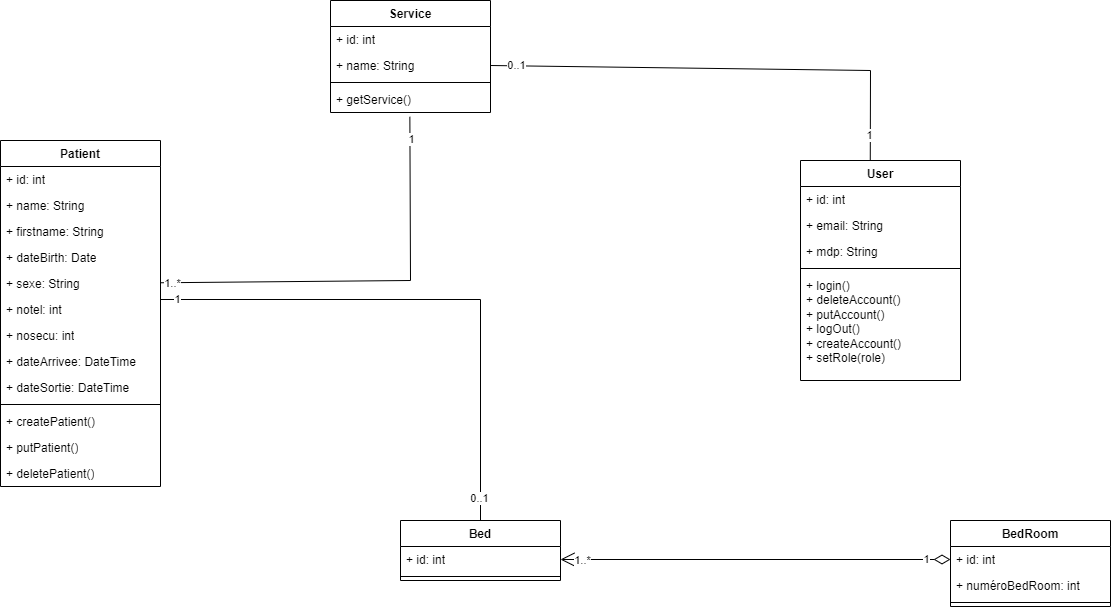
Earlier version of the draw.io export UML/UML-Diagramme de classe.drawio.png (florianpoteau/CDA-Hopital-Back). Source tidied: cells renumbered, new cells last; positions are measured from the earlier drawing's top-left corner, leaving out a move shared by most shapes.
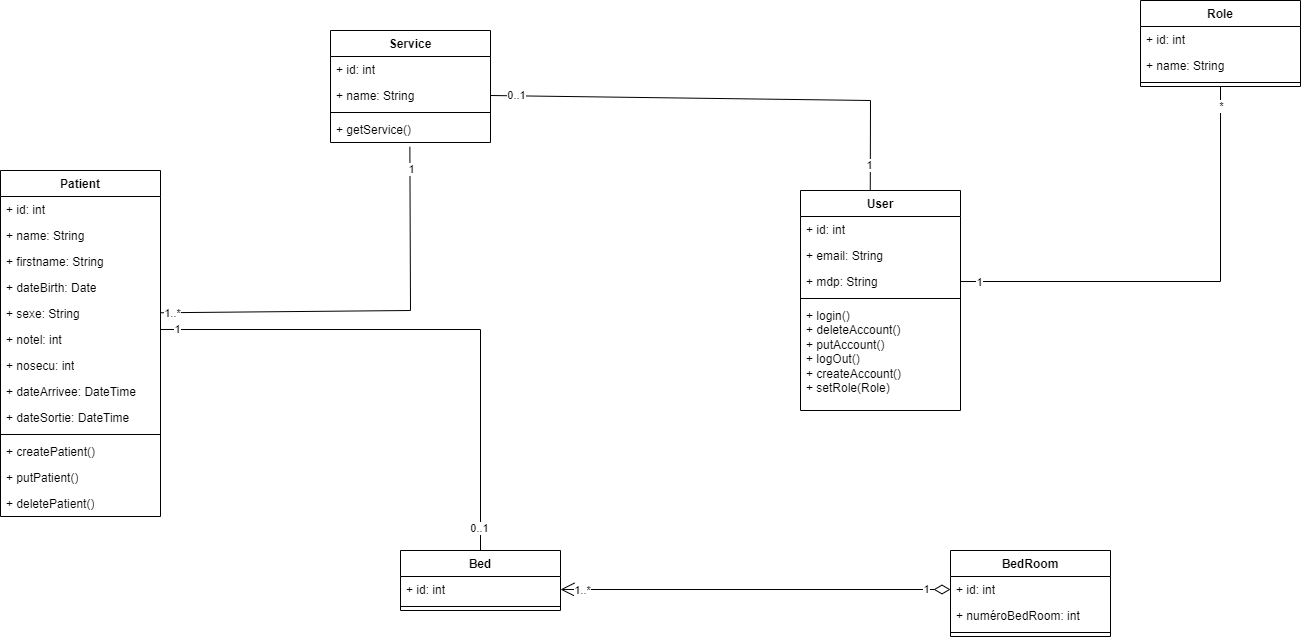
After the change.

The edit, as a diff of the source:
```diff
@@ -91,7 +91,7 @@
     <mxCell id="25" style="line;strokeWidth=1;fillColor=none;align=left;verticalAlign=middle;spacingTop=-1;spacingLeft=3;spacingRight=3;labelPosition=right;strokeColor=inherit;" parent="21" vertex="1">
       <mxGeometry y="104" width="160" height="8" as="geometry" />
     </mxCell>
-    <mxCell id="26" value="+ login()&lt;div&gt;+ deleteAccount()&lt;/div&gt;&lt;div&gt;+ putAccount()&lt;/div&gt;&lt;div&gt;+ logOut()&lt;/div&gt;&lt;div&gt;+ createAccount()&lt;/div&gt;&lt;div&gt;+ setRole(role)&lt;/div&gt;" style="text;strokeColor=none;fillColor=none;align=left;verticalAlign=top;spacingLeft=4;spacingRight=4;overflow=hidden;whiteSpace=wrap;html=1;" parent="21" vertex="1">
+    <mxCell id="26" value="+ login()&lt;div&gt;+ deleteAccount()&lt;/div&gt;&lt;div&gt;+ putAccount()&lt;/div&gt;&lt;div&gt;+ logOut()&lt;/div&gt;&lt;div&gt;+ createAccount()&lt;/div&gt;&lt;div&gt;+ setRole(Role)&lt;/div&gt;" style="text;strokeColor=none;fillColor=none;align=left;verticalAlign=top;spacingLeft=4;spacingRight=4;overflow=hidden;whiteSpace=wrap;html=1;" parent="21" vertex="1">
       <mxGeometry y="112" width="160" height="108" as="geometry" />
     </mxCell>
     <mxCell id="27" value="Service" style="swimlane;fontStyle=1;align=center;verticalAlign=top;horizontal=1;startSize=26;whiteSpace=wrap;html=1;" parent="1" vertex="1">
@@ -151,5 +151,30 @@
     <mxCell id="45" value="+ deletePatient()" style="text;strokeColor=none;fillColor=none;align=left;verticalAlign=top;spacingLeft=4;spacingRight=4;overflow=hidden;whiteSpace=wrap;html=1;" parent="32" vertex="1">
       <mxGeometry y="320" width="160" height="26" as="geometry" />
     </mxCell>
+    <mxCell id="46" value="Role" style="swimlane;fontStyle=1;align=center;verticalAlign=top;horizontal=1;startSize=26;whiteSpace=wrap;html=1;" parent="1" vertex="1">
+      <mxGeometry x="1140" y="-30" width="160" height="86" as="geometry" />
+    </mxCell>
+    <mxCell id="47" value="+ id: int" style="text;strokeColor=none;fillColor=none;align=left;verticalAlign=top;spacingLeft=4;spacingRight=4;overflow=hidden;whiteSpace=wrap;html=1;" parent="46" vertex="1">
+      <mxGeometry y="26" width="160" height="26" as="geometry" />
+    </mxCell>
+    <mxCell id="48" value="+ name: String" style="text;strokeColor=none;fillColor=none;align=left;verticalAlign=top;spacingLeft=4;spacingRight=4;overflow=hidden;whiteSpace=wrap;html=1;" parent="46" vertex="1">
+      <mxGeometry y="52" width="160" height="26" as="geometry" />
+    </mxCell>
+    <mxCell id="49" style="line;strokeWidth=1;fillColor=none;align=left;verticalAlign=middle;spacingTop=-1;spacingLeft=3;spacingRight=3;labelPosition=right;strokeColor=inherit;" parent="46" vertex="1">
+      <mxGeometry y="78" width="160" height="8" as="geometry" />
+    </mxCell>
+    <mxCell id="50" style="endArrow=none;html=1;rounded=0;entryX=0.5;entryY=1;entryDx=0;entryDy=0;exitX=1;exitY=0.5;exitDx=0;exitDy=0;" parent="1" edge="1" source="24" target="46">
+      <mxGeometry relative="1" as="geometry">
+        <Array as="points">
+          <mxPoint x="1220" y="251" />
+        </Array>
+      </mxGeometry>
+    </mxCell>
+    <mxCell id="51" value="1" style="edgeLabel;html=1;align=center;verticalAlign=middle;" parent="50" vertex="1">
+      <mxGeometry x="-0.92" y="-1" relative="1" as="geometry" />
+    </mxCell>
+    <mxCell id="52" value="*" style="edgeLabel;html=1;align=center;verticalAlign=middle;" parent="50" vertex="1">
+      <mxGeometry x="0.91" y="-1" relative="1" as="geometry" />
+    </mxCell>
   </root>
 </mxGraphModel>
```
